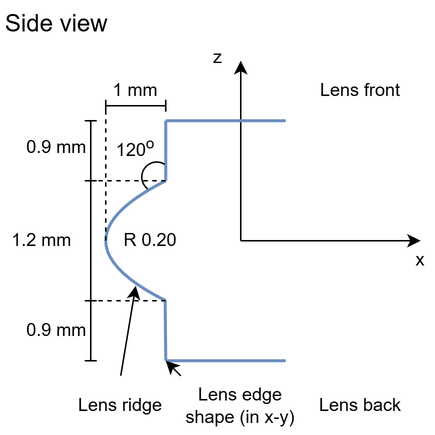
This is images/diagrams/bevel-lens-side.drawio.png from ues-if/specification, a draw.io export, as it was before one commit. Source tidied: cells renumbered, new cells last; positions are measured from the earlier drawing's top-left corner, leaving out a move shared by most shapes.
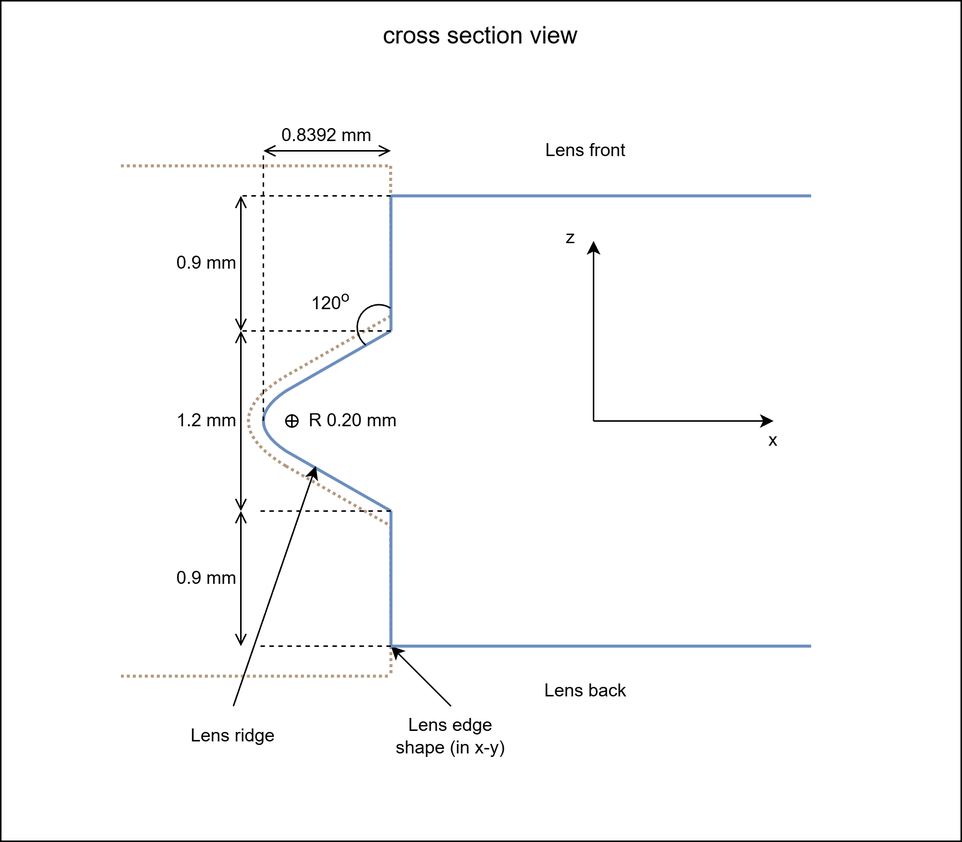
The same diagram one commit later.

What changed in the source:
```diff
@@ -2,147 +2,231 @@
   <root>
     <mxCell id="0" />
     <mxCell id="1" parent="0" />
-    <mxCell id="2" style="group;" parent="1" vertex="1">
-      <mxGeometry x="135" y="30" width="155" height="150" as="geometry" />
-    </mxCell>
-    <mxCell id="3" style="endArrow=classic;html=1;" parent="2" edge="1">
-      <mxGeometry relative="1" as="geometry">
-        <mxPoint x="25" y="130" as="sourcePoint" />
-        <mxPoint x="145" y="130" as="targetPoint" />
-      </mxGeometry>
-    </mxCell>
-    <mxCell id="4" style="endArrow=classic;html=1;" parent="2" edge="1">
-      <mxGeometry relative="1" as="geometry">
-        <mxPoint x="25" y="130" as="sourcePoint" />
-        <mxPoint x="25" y="10" as="targetPoint" />
-      </mxGeometry>
-    </mxCell>
+    <mxCell id="33" style="rounded=0;whiteSpace=wrap;html=1;fillColor=default;" parent="1" vertex="1">
+      <mxGeometry x="120" y="280" width="640" height="560" as="geometry" />
+    </mxCell>
+    <mxCell id="34" style="group;" parent="1" vertex="1">
+      <mxGeometry x="200" y="390" width="180" height="340" as="geometry" />
+    </mxCell>
+    <mxCell id="35" style="endArrow=none;html=1;strokeWidth=2;fillColor=#dae8fc;strokeColor=#663300;opacity=50;dashed=1;dashPattern=1 1;" parent="34" edge="1">
+      <mxGeometry relative="1" as="geometry">
+        <mxPoint x="179.8" y="240" as="sourcePoint" />
+        <mxPoint x="180" y="340" as="targetPoint" />
+      </mxGeometry>
+    </mxCell>
+    <mxCell id="36" style="endArrow=none;html=1;strokeWidth=2;fillColor=#dae8fc;strokeColor=#663300;rounded=0;curved=0;opacity=50;dashed=1;dashPattern=1 1;" parent="34" edge="1">
+      <mxGeometry relative="1" as="geometry">
+        <mxPoint x="110" y="200" as="sourcePoint" />
+        <mxPoint x="180" y="240" as="targetPoint" />
+      </mxGeometry>
+    </mxCell>
+    <mxCell id="37" style="endArrow=none;html=1;strokeWidth=2;fillColor=#dae8fc;strokeColor=#663300;exitX=1;exitY=1;exitDx=0;exitDy=0;rounded=0;curved=0;opacity=50;dashed=1;dashPattern=1 1;" parent="34" edge="1">
+      <mxGeometry relative="1" as="geometry">
+        <mxPoint x="180" y="100" as="sourcePoint" />
+        <mxPoint x="110" y="140" as="targetPoint" />
+      </mxGeometry>
+    </mxCell>
+    <mxCell id="38" style="curved=1;endArrow=none;html=1;endFill=0;strokeWidth=2;strokeColor=#663300;opacity=50;dashed=1;dashPattern=1 1;" parent="34" edge="1">
+      <mxGeometry relative="1" as="geometry">
+        <mxPoint x="110" y="200" as="sourcePoint" />
+        <mxPoint x="110" y="140" as="targetPoint" />
+        <Array as="points">
+          <mxPoint x="60" y="170" />
+        </Array>
+      </mxGeometry>
+    </mxCell>
+    <mxCell id="39" style="endArrow=none;html=1;strokeWidth=2;fillColor=#dae8fc;strokeColor=#663300;opacity=50;dashed=1;dashPattern=1 1;" parent="34" edge="1">
+      <mxGeometry relative="1" as="geometry">
+        <mxPoint x="179.8" as="sourcePoint" />
+        <mxPoint x="180" y="100" as="targetPoint" />
+      </mxGeometry>
+    </mxCell>
+    <mxCell id="40" style="endArrow=none;html=1;strokeWidth=2;fillColor=#dae8fc;strokeColor=#663300;opacity=50;dashed=1;dashPattern=1 1;" parent="34" edge="1">
+      <mxGeometry relative="1" as="geometry">
+        <mxPoint y="340" as="sourcePoint" />
+        <mxPoint x="180" y="340" as="targetPoint" />
+      </mxGeometry>
+    </mxCell>
+    <mxCell id="41" style="endArrow=none;html=1;strokeWidth=2;fillColor=#dae8fc;strokeColor=#663300;opacity=50;dashed=1;dashPattern=1 1;" parent="34" edge="1">
+      <mxGeometry relative="1" as="geometry">
+        <mxPoint as="sourcePoint" />
+        <mxPoint x="180" as="targetPoint" />
+      </mxGeometry>
+    </mxCell>
+    <mxCell id="19" value="1.2 mm" style="text;html=1;align=center;verticalAlign=middle;rounded=0;whiteSpace=wrap;" parent="1" vertex="1">
+      <mxGeometry x="235" y="500" width="45" height="120" as="geometry" />
+    </mxCell>
+    <mxCell id="42" value="cross section view" style="text;html=1;align=center;verticalAlign=middle;whiteSpace=wrap;rounded=0;fontSize=16;" parent="1" vertex="1">
+      <mxGeometry x="340" y="288" width="200" height="30" as="geometry" />
+    </mxCell>
+    <mxCell id="23" style="group;" parent="1" vertex="1">
+      <mxGeometry x="490" y="430" width="155" height="150" as="geometry" />
+    </mxCell>
+    <mxCell id="7" style="endArrow=classic;html=1;" parent="23" edge="1">
+      <mxGeometry relative="1" as="geometry">
+        <mxPoint x="25" y="130" as="sourcePoint" />
+        <mxPoint x="145" y="130" as="targetPoint" />
+      </mxGeometry>
+    </mxCell>
+    <mxCell id="43" style="endArrow=classic;html=1;" parent="23" edge="1">
+      <mxGeometry relative="1" as="geometry">
+        <mxPoint x="25" y="130" as="sourcePoint" />
+        <mxPoint x="25" y="10" as="targetPoint" />
+      </mxGeometry>
+    </mxCell>
-    <mxCell id="5" value="x" style="text;html=1;align=center;verticalAlign=middle;whiteSpace=wrap;rounded=0;" parent="2" vertex="1">
+    <mxCell id="5" value="x" style="text;html=1;align=center;verticalAlign=middle;whiteSpace=wrap;rounded=0;" parent="23" vertex="1">
       <mxGeometry x="135" y="135" width="20" height="15" as="geometry" />
     </mxCell>
-    <mxCell id="6" value="z" style="text;html=1;align=center;verticalAlign=middle;whiteSpace=wrap;rounded=0;" parent="2" vertex="1">
-      <mxGeometry width="20" height="15" as="geometry" />
-    </mxCell>
-    <mxCell id="7" value="Side view" style="text;html=1;align=center;verticalAlign=middle;whiteSpace=wrap;rounded=0;fontSize=16;" parent="1" vertex="1">
-      <mxGeometry width="75" height="30" as="geometry" />
-    </mxCell>
-    <mxCell id="8" value="Lens front" style="text;html=1;align=center;verticalAlign=middle;rounded=0;whiteSpace=wrap;" parent="1" vertex="1">
-      <mxGeometry x="200" y="40" width="80" height="40" as="geometry" />
+    <mxCell id="8" value="z" style="text;html=1;align=center;verticalAlign=middle;whiteSpace=wrap;rounded=0;" parent="23" vertex="1">
+      <mxGeometry width="20" height="15" as="geometry" />
     </mxCell>
-    <mxCell id="9" style="endArrow=none;html=1;strokeWidth=2;fillColor=#dae8fc;strokeColor=#6c8ebf;" parent="1" edge="1">
-      <mxGeometry relative="1" as="geometry">
-        <mxPoint x="110" y="80" as="sourcePoint" />
-        <mxPoint x="190" y="80" as="targetPoint" />
-      </mxGeometry>
-    </mxCell>
-    <mxCell id="10" style="endArrow=none;html=1;strokeWidth=2;fillColor=#dae8fc;strokeColor=#6c8ebf;" parent="1" edge="1">
-      <mxGeometry relative="1" as="geometry">
-        <mxPoint x="110" y="240" as="sourcePoint" />
-        <mxPoint x="190" y="240" as="targetPoint" />
-      </mxGeometry>
-    </mxCell>
+    <mxCell id="44" value="Lens front" style="text;html=1;align=center;verticalAlign=middle;rounded=0;whiteSpace=wrap;" parent="1" vertex="1">
+      <mxGeometry x="470" y="360" width="80" height="39" as="geometry" />
+    </mxCell>
     <mxCell id="11" value="Lens back" style="text;html=1;align=center;verticalAlign=middle;rounded=0;whiteSpace=wrap;" parent="1" vertex="1">
-      <mxGeometry x="200" y="250" width="80" height="40" as="geometry" />
+      <mxGeometry x="470" y="720" width="80" height="39" as="geometry" />
     </mxCell>
-    <mxCell id="12" style="curved=1;endArrow=none;html=1;endFill=0;strokeWidth=2;fillColor=#dae8fc;strokeColor=#6c8ebf;" parent="1" edge="1">
-      <mxGeometry relative="1" as="geometry">
-        <mxPoint x="110" y="120" as="sourcePoint" />
-        <mxPoint x="110" y="200" as="targetPoint" />
-        <Array as="points">
-          <mxPoint x="30" y="160" />
-        </Array>
-      </mxGeometry>
-    </mxCell>
-    <mxCell id="13" value="0.9 mm" style="text;html=1;align=center;verticalAlign=middle;rounded=0;whiteSpace=wrap;" parent="1" vertex="1">
-      <mxGeometry x="15" y="87.5" width="45" height="20" as="geometry" />
-    </mxCell>
-    <mxCell id="14" style="endArrow=baseDash;startArrow=baseDash;html=1;strokeWidth=1;startFill=0;endFill=0;" parent="1" edge="1">
-      <mxGeometry relative="1" as="geometry">
-        <mxPoint x="60" y="80" as="sourcePoint" />
-        <mxPoint x="60" y="120" as="targetPoint" />
-      </mxGeometry>
-    </mxCell>
-    <mxCell id="15" value="0.9 mm" style="text;html=1;align=center;verticalAlign=middle;rounded=0;whiteSpace=wrap;" parent="1" vertex="1">
-      <mxGeometry x="15" y="209.5" width="45" height="20" as="geometry" />
-    </mxCell>
-    <mxCell id="16" style="endArrow=baseDash;startArrow=baseDash;html=1;strokeWidth=1;startFill=0;endFill=0;" parent="1" edge="1">
-      <mxGeometry relative="1" as="geometry">
-        <mxPoint x="60" y="200" as="sourcePoint" />
-        <mxPoint x="60" y="240" as="targetPoint" />
-      </mxGeometry>
-    </mxCell>
-    <mxCell id="17" value="1 mm" style="text;html=1;align=center;verticalAlign=middle;rounded=0;whiteSpace=wrap;" parent="1" vertex="1">
-      <mxGeometry x="70" y="50" width="40" height="20" as="geometry" />
-    </mxCell>
-    <mxCell id="18" style="endArrow=baseDash;startArrow=baseDash;html=1;strokeWidth=1;startFill=0;endFill=0;" parent="1" edge="1">
-      <mxGeometry relative="1" as="geometry">
-        <mxPoint x="60" y="120" as="sourcePoint" />
-        <mxPoint x="60" y="200" as="targetPoint" />
-      </mxGeometry>
-    </mxCell>
-    <mxCell id="19" value="1.2 mm" style="text;html=1;align=center;verticalAlign=middle;rounded=0;whiteSpace=wrap;" parent="1" vertex="1">
-      <mxGeometry x="5" y="150" width="45" height="20" as="geometry" />
-    </mxCell>
-    <mxCell id="20" style="endArrow=none;html=1;strokeWidth=2;fillColor=#dae8fc;strokeColor=#6c8ebf;" parent="1" edge="1">
-      <mxGeometry relative="1" as="geometry">
-        <mxPoint x="110" y="80" as="sourcePoint" />
-        <mxPoint x="110" y="120" as="targetPoint" />
-      </mxGeometry>
-    </mxCell>
-    <mxCell id="21" style="endArrow=none;html=1;strokeWidth=2;fillColor=#dae8fc;strokeColor=#6c8ebf;" parent="1" edge="1">
-      <mxGeometry relative="1" as="geometry">
-        <mxPoint x="109.6" y="200" as="sourcePoint" />
-        <mxPoint x="110" y="240" as="targetPoint" />
-      </mxGeometry>
-    </mxCell>
-    <mxCell id="22" style="endArrow=baseDash;startArrow=baseDash;html=1;strokeWidth=1;startFill=0;endFill=0;" parent="1" edge="1">
-      <mxGeometry relative="1" as="geometry">
-        <mxPoint x="110" y="70" as="sourcePoint" />
-        <mxPoint x="70" y="70" as="targetPoint" />
-      </mxGeometry>
-    </mxCell>
-    <mxCell id="23" style="endArrow=none;dashed=1;html=1;" parent="1" edge="1">
-      <mxGeometry relative="1" as="geometry">
-        <mxPoint x="70" y="160" as="sourcePoint" />
-        <mxPoint x="70" y="70" as="targetPoint" />
-      </mxGeometry>
-    </mxCell>
-    <mxCell id="24" style="endArrow=none;dashed=1;html=1;" parent="1" edge="1">
-      <mxGeometry relative="1" as="geometry">
-        <mxPoint x="110" y="200" as="sourcePoint" />
-        <mxPoint x="60" y="200" as="targetPoint" />
-      </mxGeometry>
-    </mxCell>
+    <mxCell id="45" value="0.9 mm" style="text;html=1;align=center;verticalAlign=middle;rounded=0;whiteSpace=wrap;" parent="1" vertex="1">
+      <mxGeometry x="235" y="410" width="45" height="90" as="geometry" />
+    </mxCell>
+    <mxCell id="46" style="endArrow=open;startArrow=open;html=1;strokeWidth=1;startFill=0;endFill=0;" parent="1" edge="1">
+      <mxGeometry relative="1" as="geometry">
+        <mxPoint x="280" y="410" as="sourcePoint" />
+        <mxPoint x="280" y="500" as="targetPoint" />
+      </mxGeometry>
+    </mxCell>
+    <mxCell id="47" value="0.9 mm" style="text;html=1;align=center;verticalAlign=middle;rounded=0;whiteSpace=wrap;" parent="1" vertex="1">
+      <mxGeometry x="235" y="620" width="45" height="90" as="geometry" />
+    </mxCell>
+    <mxCell id="48" style="endArrow=open;startArrow=open;html=1;strokeWidth=1;startFill=0;endFill=0;" parent="1" edge="1">
+      <mxGeometry relative="1" as="geometry">
+        <mxPoint x="280" y="620" as="sourcePoint" />
+        <mxPoint x="280" y="710" as="targetPoint" />
+      </mxGeometry>
+    </mxCell>
+    <mxCell id="49" style="endArrow=open;startArrow=open;html=1;strokeWidth=1;startFill=0;endFill=0;" parent="1" edge="1">
+      <mxGeometry relative="1" as="geometry">
+        <mxPoint x="280" y="500" as="sourcePoint" />
+        <mxPoint x="280" y="620" as="targetPoint" />
+      </mxGeometry>
+    </mxCell>
+    <mxCell id="31" value="Lens edge shape (in x-y)" style="text;html=1;align=center;verticalAlign=middle;rounded=0;whiteSpace=wrap;" parent="1" vertex="1">
+      <mxGeometry x="380" y="750" width="80" height="39" as="geometry" />
+    </mxCell>
+    <mxCell id="50" style="endArrow=classic;html=1;exitX=0.5;exitY=0;exitDx=0;exitDy=0;" parent="1" edge="1" source="31">
+      <mxGeometry relative="1" as="geometry">
+        <mxPoint x="380" y="710" as="targetPoint" />
+      </mxGeometry>
+    </mxCell>
+    <mxCell id="51" style="endArrow=none;html=1;strokeWidth=2;fillColor=#dae8fc;strokeColor=#6c8ebf;" parent="1" edge="1">
+      <mxGeometry relative="1" as="geometry">
+        <mxPoint x="380" y="410" as="sourcePoint" />
+        <mxPoint x="660" y="410" as="targetPoint" />
+      </mxGeometry>
+    </mxCell>
+    <mxCell id="52" style="endArrow=none;html=1;strokeWidth=2;fillColor=#dae8fc;strokeColor=#6c8ebf;" parent="1" edge="1">
+      <mxGeometry relative="1" as="geometry">
+        <mxPoint x="380" y="710" as="sourcePoint" />
+        <mxPoint x="660" y="710" as="targetPoint" />
+      </mxGeometry>
+    </mxCell>
+    <mxCell id="53" style="endArrow=none;html=1;strokeWidth=2;fillColor=#dae8fc;strokeColor=#6c8ebf;" parent="1" edge="1">
+      <mxGeometry relative="1" as="geometry">
+        <mxPoint x="380" y="410" as="sourcePoint" />
+        <mxPoint x="380" y="500" as="targetPoint" />
+      </mxGeometry>
+    </mxCell>
+    <mxCell id="54" style="endArrow=none;html=1;strokeWidth=2;fillColor=#dae8fc;strokeColor=#6c8ebf;" parent="1" edge="1">
+      <mxGeometry relative="1" as="geometry">
+        <mxPoint x="380" y="620" as="sourcePoint" />
+        <mxPoint x="380" y="710" as="targetPoint" />
+      </mxGeometry>
+    </mxCell>
+    <mxCell id="55" style="endArrow=none;html=1;strokeWidth=2;fillColor=#dae8fc;strokeColor=#6c8ebf;exitX=1;exitY=1;exitDx=0;exitDy=0;rounded=0;curved=0;" parent="1" edge="1">
+      <mxGeometry relative="1" as="geometry">
+        <mxPoint x="380" y="500" as="sourcePoint" />
+        <mxPoint x="310" y="540" as="targetPoint" />
+      </mxGeometry>
+    </mxCell>
+    <mxCell id="56" style="endArrow=none;html=1;strokeWidth=2;fillColor=#dae8fc;strokeColor=#6c8ebf;rounded=0;curved=0;" parent="1" edge="1">
+      <mxGeometry relative="1" as="geometry">
+        <mxPoint x="310" y="580" as="sourcePoint" />
+        <mxPoint x="380" y="620" as="targetPoint" />
+      </mxGeometry>
+    </mxCell>
+    <mxCell id="57" style="curved=1;endArrow=none;html=1;endFill=0;strokeWidth=2;strokeColor=#6C8EBF;" parent="1" edge="1">
+      <mxGeometry relative="1" as="geometry">
+        <mxPoint x="310" y="580" as="sourcePoint" />
+        <mxPoint x="310" y="540" as="targetPoint" />
+        <Array as="points">
+          <mxPoint x="280" y="560" />
+        </Array>
+      </mxGeometry>
+    </mxCell>
+    <mxCell id="58" style="endArrow=none;dashed=1;html=1;" parent="1" edge="1">
+      <mxGeometry relative="1" as="geometry">
+        <mxPoint x="380" y="500" as="sourcePoint" />
+        <mxPoint x="280" y="500" as="targetPoint" />
+      </mxGeometry>
+    </mxCell>
+    <mxCell id="59" style="endArrow=none;dashed=1;html=1;" parent="1" edge="1">
+      <mxGeometry relative="1" as="geometry">
+        <mxPoint x="380" y="620" as="sourcePoint" />
+        <mxPoint x="290" y="620" as="targetPoint" />
+      </mxGeometry>
+    </mxCell>
+    <mxCell id="60" style="endArrow=none;dashed=1;html=1;" parent="1" edge="1">
+      <mxGeometry relative="1" as="geometry">
+        <mxPoint x="380" y="410" as="sourcePoint" />
+        <mxPoint x="280" y="410" as="targetPoint" />
+      </mxGeometry>
+    </mxCell>
+    <mxCell id="61" style="endArrow=none;dashed=1;html=1;" parent="1" edge="1">
+      <mxGeometry relative="1" as="geometry">
+        <mxPoint x="380" y="710" as="sourcePoint" />
+        <mxPoint x="290" y="710" as="targetPoint" />
+      </mxGeometry>
+    </mxCell>
+    <mxCell id="62" style="verticalLabelPosition=bottom;verticalAlign=top;html=1;shape=mxgraph.basic.arc;startAngle=0.3536820013419613;endAngle=0.8389038422446764;rotation=90;" parent="1" vertex="1">
+      <mxGeometry x="357" y="483" width="30" height="29" as="geometry" />
+    </mxCell>
+    <mxCell id="29" value="120&lt;sup&gt;o&lt;/sup&gt;" style="text;html=1;align=center;verticalAlign=middle;rounded=0;whiteSpace=wrap;" parent="1" vertex="1">
+      <mxGeometry x="320" y="470" width="40" height="19" as="geometry" />
+    </mxCell>
+    <mxCell id="63" value="R 0.20 mm" style="text;html=1;align=center;verticalAlign=middle;rounded=0;whiteSpace=wrap;" parent="1" vertex="1">
+      <mxGeometry x="320" y="550" width="70" height="19" as="geometry" />
+    </mxCell>
+    <mxCell id="64" style="ellipse;whiteSpace=wrap;html=1;" parent="1" vertex="1">
+      <mxGeometry x="310" y="556" width="8" height="8" as="geometry" />
+    </mxCell>
+    <mxCell id="65" style="endArrow=none;html=1;entryX=0.5;entryY=0;entryDx=0;entryDy=0;exitX=0.5;exitY=1;exitDx=0;exitDy=0;" parent="1" edge="1" source="64" target="64">
+      <mxGeometry relative="1" as="geometry" />
+    </mxCell>
+    <mxCell id="66" style="endArrow=none;html=1;entryX=0;entryY=0.5;entryDx=0;entryDy=0;exitX=1;exitY=0.5;exitDx=0;exitDy=0;" parent="1" edge="1" source="64" target="64">
+      <mxGeometry relative="1" as="geometry" />
+    </mxCell>
     <mxCell id="25" value="Lens ridge" style="text;html=1;align=center;verticalAlign=middle;rounded=0;whiteSpace=wrap;" parent="1" vertex="1">
-      <mxGeometry x="40" y="250" width="80" height="40" as="geometry" />
+      <mxGeometry x="235" y="750" width="80" height="39" as="geometry" />
     </mxCell>
-    <mxCell id="26" style="endArrow=classic;html=1;exitX=0.5;exitY=0;exitDx=0;exitDy=0;" parent="1" edge="1" source="25">
-      <mxGeometry relative="1" as="geometry">
-        <mxPoint x="90" y="190" as="targetPoint" />
-      </mxGeometry>
-    </mxCell>
-    <mxCell id="27" style="endArrow=none;dashed=1;html=1;" parent="1" edge="1">
-      <mxGeometry relative="1" as="geometry">
-        <mxPoint x="110" y="120" as="sourcePoint" />
-        <mxPoint x="60" y="120" as="targetPoint" />
-      </mxGeometry>
-    </mxCell>
-    <mxCell id="28" style="verticalLabelPosition=bottom;verticalAlign=top;html=1;shape=mxgraph.basic.arc;startAngle=0.3536820013419613;endAngle=0.8389038422446764;rotation=90;" parent="1" vertex="1">
-      <mxGeometry x="94" y="107.5" width="20" height="20" as="geometry" />
-    </mxCell>
-    <mxCell id="29" value="120&lt;sup&gt;o&lt;/sup&gt;" style="text;html=1;align=center;verticalAlign=middle;rounded=0;whiteSpace=wrap;" parent="1" vertex="1">
-      <mxGeometry x="70" y="87.5" width="40" height="20" as="geometry" />
-    </mxCell>
-    <mxCell id="30" value="R 0.20" style="text;html=1;align=center;verticalAlign=middle;rounded=0;whiteSpace=wrap;" parent="1" vertex="1">
-      <mxGeometry x="80" y="150" width="40" height="20" as="geometry" />
-    </mxCell>
-    <mxCell id="31" value="Lens edge shape (in x-y)" style="text;html=1;align=center;verticalAlign=middle;rounded=0;whiteSpace=wrap;" parent="1" vertex="1">
-      <mxGeometry x="120" y="250" width="80" height="40" as="geometry" />
-    </mxCell>
-    <mxCell id="32" style="endArrow=classic;html=1;exitX=0;exitY=0;exitDx=0;exitDy=0;entryX=0;entryY=1;entryDx=0;entryDy=0;" parent="1" edge="1" source="31">
-      <mxGeometry relative="1" as="geometry">
-        <mxPoint x="110" y="240" as="targetPoint" />
-      </mxGeometry>
-    </mxCell>
+    <mxCell id="67" style="endArrow=classic;html=1;exitX=0.5;exitY=0;exitDx=0;exitDy=0;" parent="1" edge="1" source="25">
+      <mxGeometry relative="1" as="geometry">
+        <mxPoint x="330" y="590" as="targetPoint" />
+      </mxGeometry>
+    </mxCell>
+    <mxCell id="68" style="endArrow=open;startArrow=open;html=1;strokeWidth=1;startFill=0;endFill=0;" parent="1" edge="1">
+      <mxGeometry relative="1" as="geometry">
+        <mxPoint x="380" y="380" as="sourcePoint" />
+        <mxPoint x="295" y="380" as="targetPoint" />
+      </mxGeometry>
+    </mxCell>
+    <mxCell id="69" style="endArrow=none;dashed=1;html=1;" parent="1" edge="1">
+      <mxGeometry relative="1" as="geometry">
+        <mxPoint x="295" y="560" as="sourcePoint" />
+        <mxPoint x="295" y="380" as="targetPoint" />
+      </mxGeometry>
+    </mxCell>
+    <mxCell id="70" value="0.8392 mm" style="text;html=1;align=center;verticalAlign=middle;rounded=0;whiteSpace=wrap;" parent="1" vertex="1">
+      <mxGeometry x="295" y="360" width="85" height="20" as="geometry" />
+    </mxCell>
   </root>
 </mxGraphModel>
```
